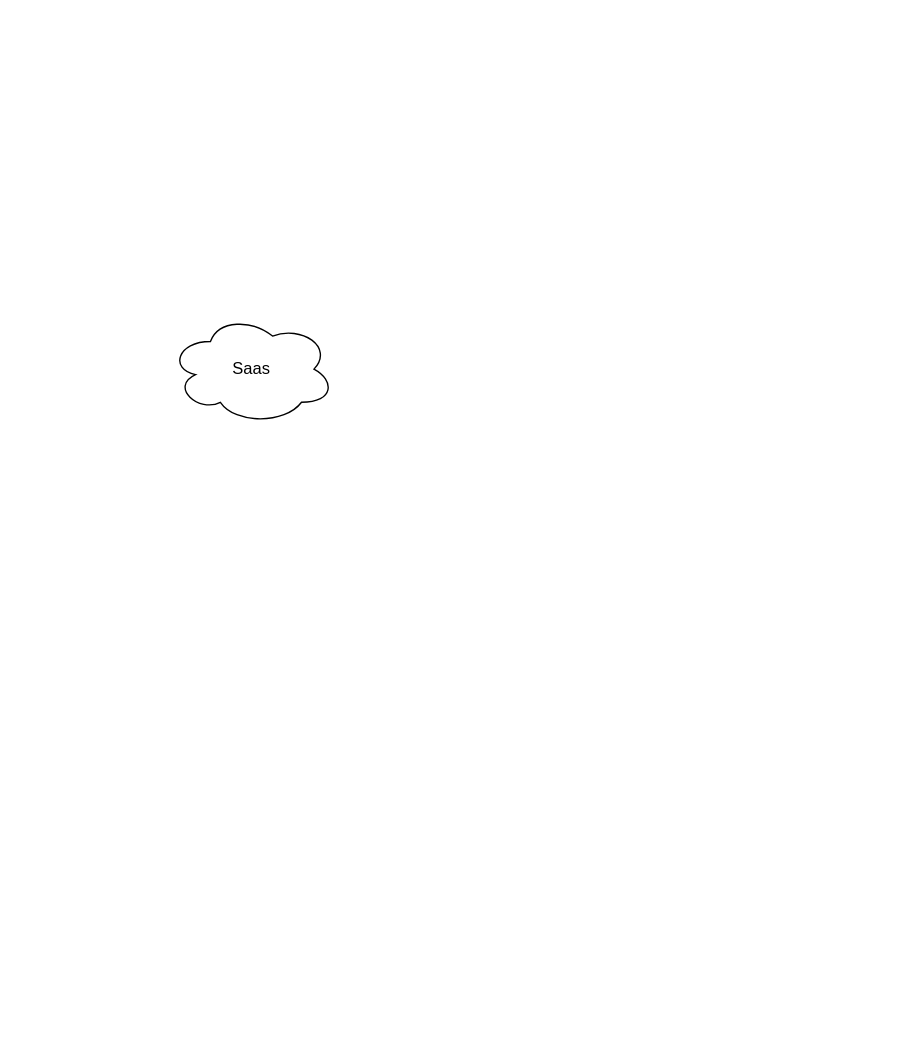
This is temp.drawio from loverfang/mydiagrams, a draw.io file, before an edit. Source tidied: cells renumbered, new cells numbered last; positions are measured from the earlier drawing's top-left corner, leaving out a move shared by most shapes. Both pictures are drawn from the tidied source at 138%, with x=0, y=0 at pixel (168, 313).
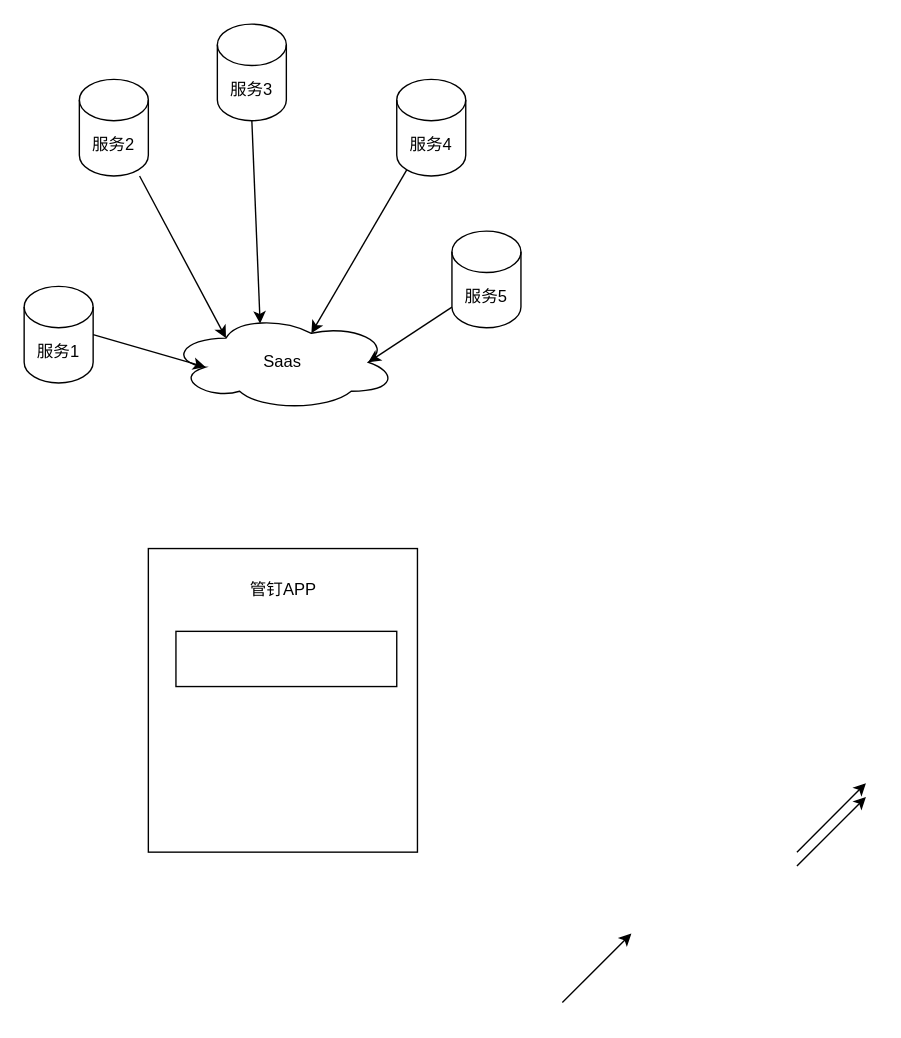
Above is the later version.

Change to the diagram source:
```diff
@@
     <mxCell id="2" value="Saas" style="ellipse;shape=cloud;whiteSpace=wrap;html=1;" parent="1" vertex="1">
-      <mxGeometry width="120" height="80" as="geometry" />
+      <mxGeometry width="165" height="70" as="geometry" />
     </mxCell>
+    <mxCell id="3" value="服务2" style="shape=cylinder3;whiteSpace=wrap;html=1;boundedLbl=1;backgroundOutline=1;size=15;" parent="1" vertex="1">
+      <mxGeometry x="-65" y="-170" width="50" height="70" as="geometry" />
+    </mxCell>
+    <mxCell id="4" value="服务3" style="shape=cylinder3;whiteSpace=wrap;html=1;boundedLbl=1;backgroundOutline=1;size=15;" parent="1" vertex="1">
+      <mxGeometry x="35" y="-210" width="50" height="70" as="geometry" />
+    </mxCell>
+    <mxCell id="5" value="服务4" style="shape=cylinder3;whiteSpace=wrap;html=1;boundedLbl=1;backgroundOutline=1;size=15;" parent="1" vertex="1">
+      <mxGeometry x="165" y="-170" width="50" height="70" as="geometry" />
+    </mxCell>
+    <mxCell id="6" value="服务5" style="shape=cylinder3;whiteSpace=wrap;html=1;boundedLbl=1;backgroundOutline=1;size=15;" parent="1" vertex="1">
+      <mxGeometry x="205" y="-60" width="50" height="70" as="geometry" />
+    </mxCell>
+    <mxCell id="7" value="服务1" style="shape=cylinder3;whiteSpace=wrap;html=1;boundedLbl=1;backgroundOutline=1;size=15;" parent="1" vertex="1">
+      <mxGeometry x="-105" y="-20" width="50" height="70" as="geometry" />
+    </mxCell>
+    <mxCell id="8" style="endArrow=classic;html=1;exitX=1;exitY=0.5;exitDx=0;exitDy=0;exitPerimeter=0;entryX=0.16;entryY=0.55;entryDx=0;entryDy=0;entryPerimeter=0;" parent="1" edge="1" source="7" target="2">
+      <mxGeometry relative="1" as="geometry" />
+    </mxCell>
+    <mxCell id="9" style="endArrow=classic;html=1;entryX=0.25;entryY=0.25;entryDx=0;entryDy=0;entryPerimeter=0;" parent="1" edge="1" source="3" target="2">
+      <mxGeometry relative="1" as="geometry" />
+    </mxCell>
+    <mxCell id="10" style="endArrow=classic;html=1;" parent="1" edge="1">
+      <mxGeometry relative="1" as="geometry">
+        <mxPoint x="285" y="499" as="sourcePoint" />
+        <mxPoint x="335" y="449" as="targetPoint" />
+      </mxGeometry>
+    </mxCell>
+    <mxCell id="11" style="endArrow=classic;html=1;exitX=0.145;exitY=1;exitDx=0;exitDy=-4.35;exitPerimeter=0;entryX=0.625;entryY=0.2;entryDx=0;entryDy=0;entryPerimeter=0;" parent="1" edge="1" source="5" target="2">
+      <mxGeometry relative="1" as="geometry" />
+    </mxCell>
+    <mxCell id="12" style="endArrow=classic;html=1;exitX=0;exitY=1;exitDx=0;exitDy=-15;exitPerimeter=0;entryX=0.875;entryY=0.5;entryDx=0;entryDy=0;entryPerimeter=0;" parent="1" edge="1" source="6" target="2">
+      <mxGeometry relative="1" as="geometry" />
+    </mxCell>
+    <mxCell id="13" style="endArrow=classic;html=1;" parent="1" edge="1">
+      <mxGeometry relative="1" as="geometry">
+        <mxPoint x="455" y="400" as="sourcePoint" />
+        <mxPoint x="505" y="350" as="targetPoint" />
+      </mxGeometry>
+    </mxCell>
+    <mxCell id="14" style="endArrow=classic;html=1;" parent="1" edge="1">
+      <mxGeometry relative="1" as="geometry">
+        <mxPoint x="455" y="390" as="sourcePoint" />
+        <mxPoint x="505" y="340" as="targetPoint" />
+      </mxGeometry>
+    </mxCell>
+    <mxCell id="15" style="endArrow=classic;html=1;exitX=0.5;exitY=1;exitDx=0;exitDy=0;exitPerimeter=0;entryX=0.4;entryY=0.1;entryDx=0;entryDy=0;entryPerimeter=0;" parent="1" edge="1" source="4" target="2">
+      <mxGeometry relative="1" as="geometry" />
+    </mxCell>
+    <mxCell id="16" style="rounded=0;whiteSpace=wrap;html=1;" parent="1" vertex="1">
+      <mxGeometry x="-15" y="170" width="195" height="220" as="geometry" />
+    </mxCell>
+    <mxCell id="17" value="管钉APP" style="text;html=1;strokeColor=none;fillColor=none;align=center;verticalAlign=middle;whiteSpace=wrap;rounded=0;" parent="1" vertex="1">
+      <mxGeometry x="42.5" y="190" width="80" height="20" as="geometry" />
+    </mxCell>
+    <mxCell id="18" style="rounded=0;whiteSpace=wrap;html=1;" parent="1" vertex="1">
+      <mxGeometry x="5" y="230" width="160" height="40" as="geometry" />
+    </mxCell>
```
